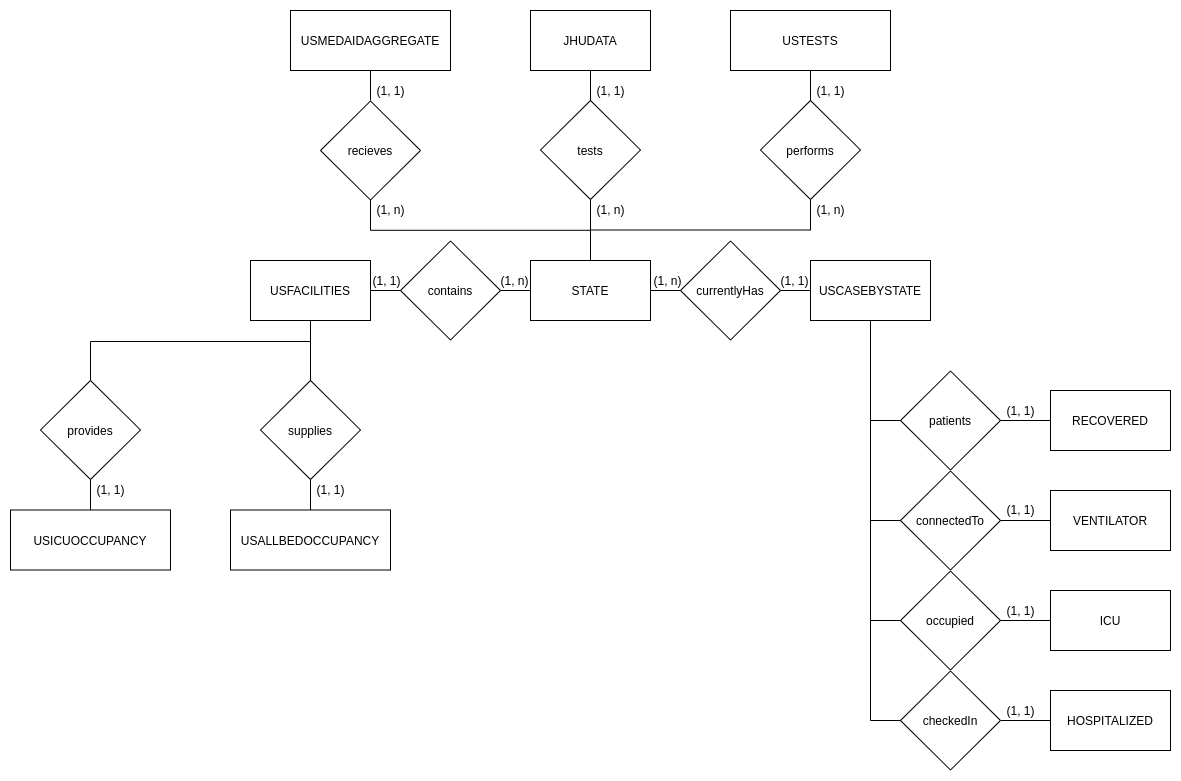
Above: diagrams/ER1.png in sahba-t/covidTracker (draw.io), before the change. Source tidied: cells renumbered, new cells last; positions are measured from the earlier drawing's top-left corner, leaving out a move shared by most shapes.
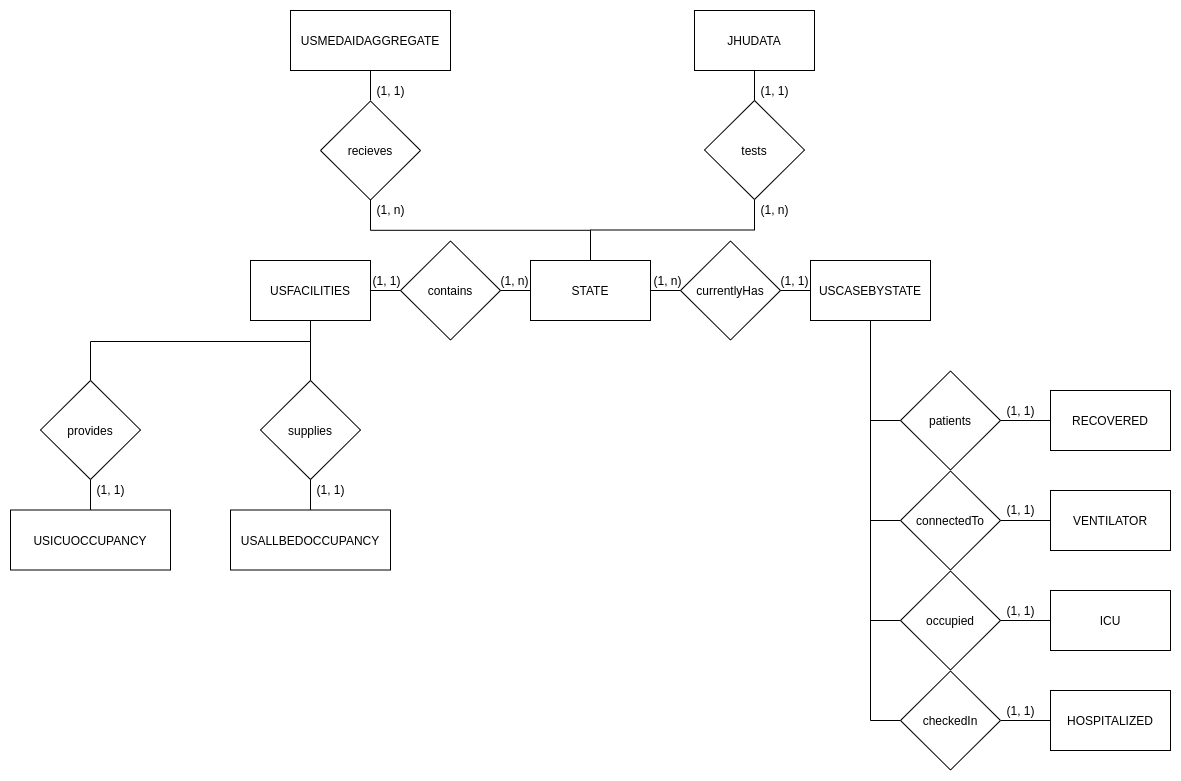
Above is the later version.

Diff of the diagram source:
```diff
@@ -44,11 +44,8 @@
       <mxGeometry x="310" y="90.5" width="100" height="99" as="geometry" />
     </mxCell>
     <mxCell id="14" value="tests" style="rhombus;whiteSpace=wrap;html=1;" parent="1" vertex="1">
-      <mxGeometry x="530" y="90" width="100" height="99" as="geometry" />
+      <mxGeometry x="694" y="90" width="100" height="99" as="geometry" />
     </mxCell>
-    <mxCell id="15" value="performs" style="rhombus;whiteSpace=wrap;html=1;" parent="1" vertex="1">
-      <mxGeometry x="750" y="90" width="100" height="99" as="geometry" />
-    </mxCell>
     <mxCell id="16" value="contains" style="rhombus;whiteSpace=wrap;html=1;" parent="1" vertex="1">
       <mxGeometry x="390" y="230.5" width="100" height="99" as="geometry" />
     </mxCell>
@@ -61,9 +58,6 @@
     <mxCell id="19" style="edgeStyle=orthogonalEdgeStyle;rounded=0;jettySize=auto;html=1;exitX=0.5;exitY=0;exitDx=0;exitDy=0;endArrow=none;endFill=0;entryX=0.5;entryY=1;entryDx=0;entryDy=0;" parent="1" edge="1" source="23" target="14">
       <mxGeometry relative="1" as="geometry" />
     </mxCell>
-    <mxCell id="20" style="edgeStyle=orthogonalEdgeStyle;rounded=0;jettySize=auto;html=1;exitX=0.5;exitY=0;exitDx=0;exitDy=0;endArrow=none;endFill=0;entryX=0.5;entryY=1;entryDx=0;entryDy=0;" parent="1" edge="1" source="23" target="15">
-      <mxGeometry relative="1" as="geometry" />
-    </mxCell>
     <mxCell id="21" style="edgeStyle=orthogonalEdgeStyle;rounded=0;jettySize=auto;html=1;exitX=1;exitY=0.5;exitDx=0;exitDy=0;endArrow=none;endFill=0;" parent="1" edge="1" source="23">
       <mxGeometry relative="1" as="geometry">
         <mxPoint x="670" y="280" as="targetPoint" />
@@ -87,7 +81,7 @@
       <mxGeometry x="240" y="250" width="120" height="60" as="geometry" />
     </mxCell>
     <mxCell id="27" value="JHUDATA" style="rounded=0;whiteSpace=wrap;html=1;" parent="1" vertex="1">
-      <mxGeometry x="520" width="120" height="60" as="geometry" />
+      <mxGeometry x="684" width="120" height="60" as="geometry" />
     </mxCell>
     <mxCell id="28" style="edgeStyle=orthogonalEdgeStyle;rounded=0;jettySize=auto;html=1;exitX=0.5;exitY=0;exitDx=0;exitDy=0;entryX=0.5;entryY=1;entryDx=0;entryDy=0;endArrow=none;endFill=0;" parent="1" edge="1" source="29" target="4">
       <mxGeometry relative="1" as="geometry" />
@@ -98,9 +92,6 @@
     <mxCell id="30" value="HOSPITALIZED" style="rounded=0;whiteSpace=wrap;html=1;" parent="1" vertex="1">
       <mxGeometry x="1040" y="680" width="120" height="60" as="geometry" />
     </mxCell>
-    <mxCell id="31" value="USTESTS" style="rounded=0;whiteSpace=wrap;html=1;" parent="1" vertex="1">
-      <mxGeometry x="720" width="160" height="60" as="geometry" />
-    </mxCell>
     <mxCell id="32" value="ICU" style="rounded=0;whiteSpace=wrap;html=1;" parent="1" vertex="1">
       <mxGeometry x="1040" y="580" width="120" height="60" as="geometry" />
     </mxCell>
@@ -131,14 +122,9 @@
     <mxCell id="41" value="VENTILATOR" style="rounded=0;whiteSpace=wrap;html=1;" parent="1" vertex="1">
       <mxGeometry x="1040" y="480" width="120" height="60" as="geometry" />
     </mxCell>
-    <mxCell id="42" style="edgeStyle=orthogonalEdgeStyle;rounded=0;jettySize=auto;html=1;entryX=0.5;entryY=1;entryDx=0;entryDy=0;endArrow=none;endFill=0;" parent="1" edge="1" target="31">
-      <mxGeometry relative="1" as="geometry">
-        <mxPoint x="800" y="90" as="sourcePoint" />
-      </mxGeometry>
-    </mxCell>
     <mxCell id="43" style="edgeStyle=orthogonalEdgeStyle;rounded=0;jettySize=auto;html=1;entryX=0.5;entryY=1;entryDx=0;entryDy=0;endArrow=none;endFill=0;" parent="1" edge="1" target="27">
       <mxGeometry relative="1" as="geometry">
-        <mxPoint x="580" y="90" as="sourcePoint" />
+        <mxPoint x="744" y="90" as="sourcePoint" />
       </mxGeometry>
     </mxCell>
     <mxCell id="44" style="edgeStyle=orthogonalEdgeStyle;rounded=0;jettySize=auto;html=1;entryX=0.5;entryY=1;entryDx=0;entryDy=0;endArrow=none;endFill=0;" parent="1" edge="1" target="24">
@@ -160,20 +146,14 @@
     <mxCell id="48" value="(1, n)" style="text;html=1;align=center;verticalAlign=middle;" parent="1" vertex="1">
       <mxGeometry x="637" y="260" width="40" height="20" as="geometry" />
     </mxCell>
-    <mxCell id="49" value="(1, n)" style="text;html=1;align=center;verticalAlign=middle;" parent="1" vertex="1">
-      <mxGeometry x="800" y="189" width="40" height="20" as="geometry" />
-    </mxCell>
     <mxCell id="50" value="(1, n)" style="text;html=1;align=center;verticalAlign=middle;" parent="1" vertex="1">
-      <mxGeometry x="580" y="189" width="40" height="20" as="geometry" />
+      <mxGeometry x="744" y="189" width="40" height="20" as="geometry" />
     </mxCell>
     <mxCell id="51" value="(1, n)" style="text;html=1;align=center;verticalAlign=middle;" parent="1" vertex="1">
       <mxGeometry x="360" y="189" width="40" height="20" as="geometry" />
     </mxCell>
-    <mxCell id="52" value="(1, 1)" style="text;html=1;align=center;verticalAlign=middle;" parent="1" vertex="1">
-      <mxGeometry x="800" y="70" width="40" height="20" as="geometry" />
-    </mxCell>
     <mxCell id="53" value="(1, 1)" style="text;html=1;align=center;verticalAlign=middle;" parent="1" vertex="1">
-      <mxGeometry x="580" y="70" width="40" height="20" as="geometry" />
+      <mxGeometry x="744" y="70" width="40" height="20" as="geometry" />
     </mxCell>
     <mxCell id="54" value="(1, 1)" style="text;html=1;align=center;verticalAlign=middle;" parent="1" vertex="1">
       <mxGeometry x="360" y="70" width="40" height="20" as="geometry" />
```
